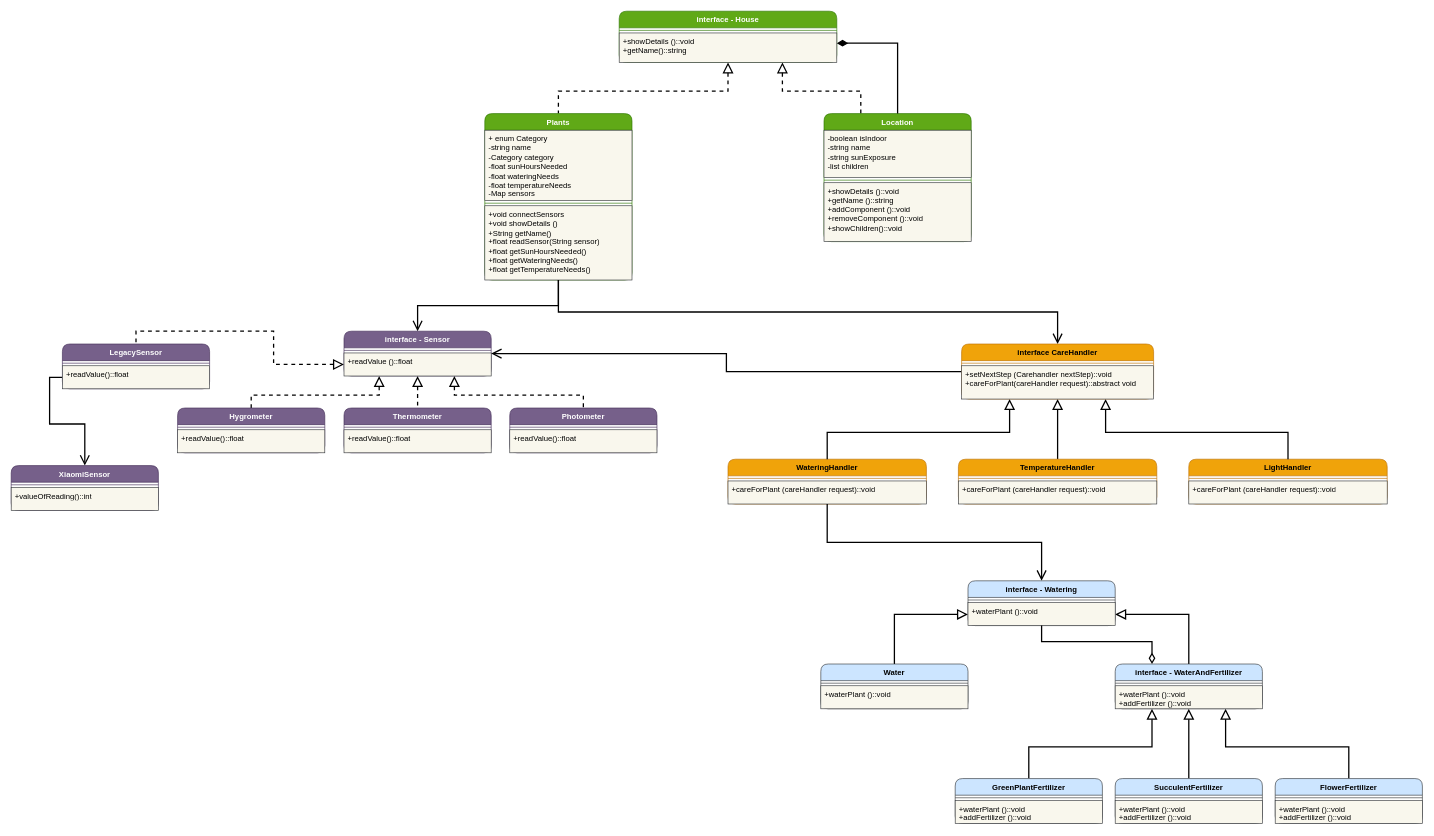
Earlier version of the draw.io diagram smart_plant_app.drawio (Federico-Alessi/smartplantapp). Source tidied: cells renumbered, new cells numbered last; positions are measured from the earlier drawing's top-left corner, leaving out a move shared by most shapes. Both pictures are drawn from the tidied source at 64%, with x=0, y=0 at pixel (11, 11).
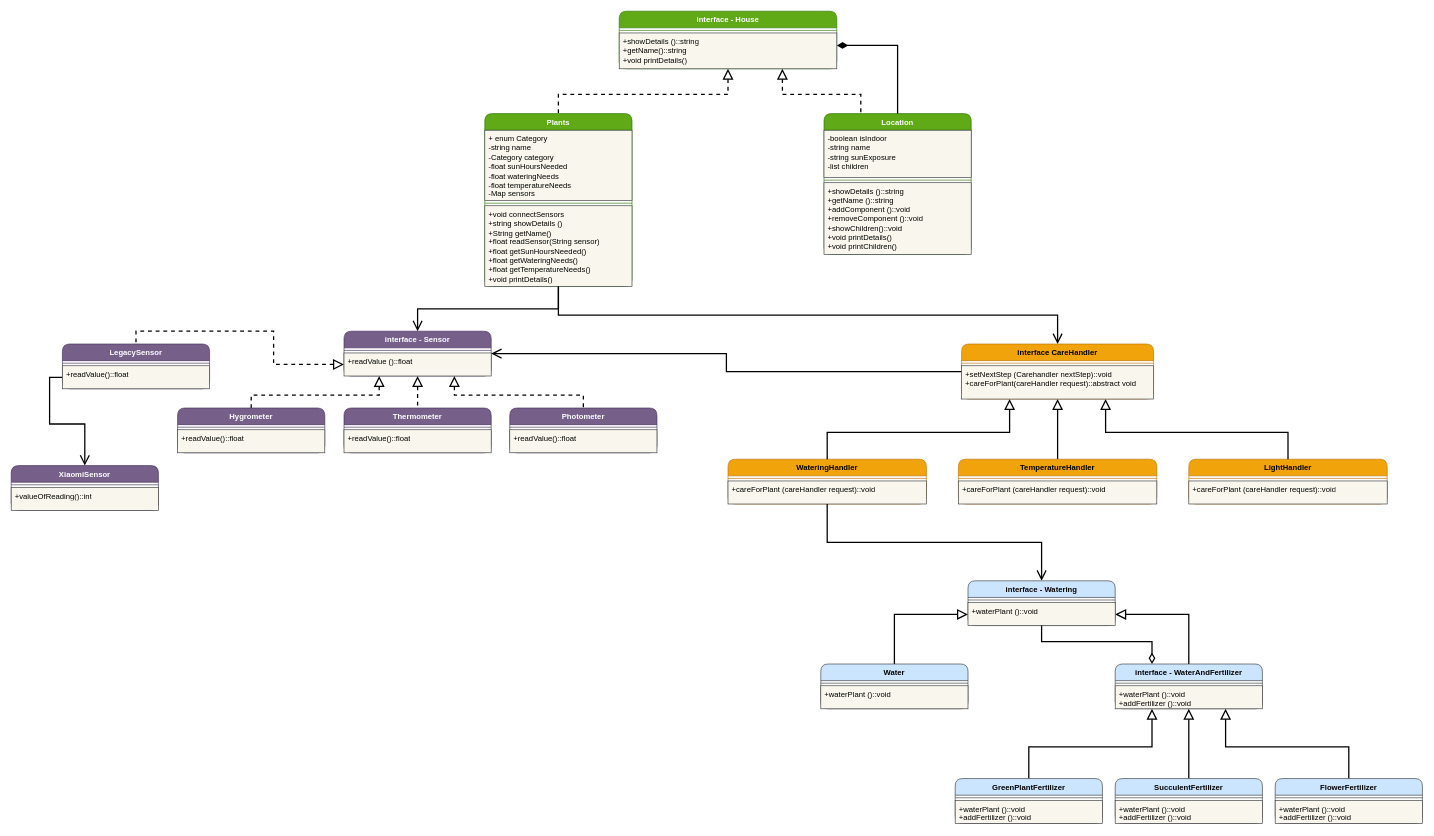
After the change.

The edit, as a diff of the source:
```diff
@@
     <mxCell id="9" value="Plants" style="swimlane;fontStyle=1;align=center;verticalAlign=top;horizontal=1;startSize=26;whiteSpace=wrap;html=1;fillColor=#60a917;fontColor=#ffffff;strokeColor=#2D7600;rounded=1;shadow=0;glass=0;" parent="1" vertex="1">
-      <mxGeometry x="740" y="160" width="230" height="260" as="geometry" />
+      <mxGeometry x="740" y="160" width="230" height="270" as="geometry" />
     </mxCell>
@@
-    <mxCell id="12" value="&lt;div&gt;+void connectSensors&lt;/div&gt;&lt;div&gt;+void showDetails ()&lt;/div&gt;&lt;div&gt;+String getName()&lt;/div&gt;+float readSensor(String sensor)&lt;div&gt;+float getSunHoursNeeded()&lt;/div&gt;&lt;div&gt;+float getWateringNeeds()&lt;/div&gt;&lt;div&gt;+float getTemperatureNeeds()&lt;/div&gt;" style="text;align=left;verticalAlign=top;spacingLeft=4;spacingRight=4;overflow=hidden;whiteSpace=wrap;html=1;fillColor=#f9f7ed;strokeColor=#36393d;" parent="9" vertex="1">
-      <mxGeometry y="144" width="230" height="116" as="geometry" />
+    <mxCell id="12" value="&lt;div&gt;+void connectSensors&lt;/div&gt;&lt;div&gt;+string showDetails ()&lt;/div&gt;&lt;div&gt;+String getName()&lt;/div&gt;+float readSensor(String sensor)&lt;div&gt;+float getSunHoursNeeded()&lt;/div&gt;&lt;div&gt;+float getWateringNeeds()&lt;/div&gt;&lt;div&gt;+float getTemperatureNeeds()&lt;/div&gt;&lt;div&gt;+void printDetails()&lt;/div&gt;" style="text;align=left;verticalAlign=top;spacingLeft=4;spacingRight=4;overflow=hidden;whiteSpace=wrap;html=1;fillColor=#f9f7ed;strokeColor=#36393d;" parent="9" vertex="1">
+      <mxGeometry y="144" width="230" height="126" as="geometry" />
     </mxCell>
@@
     <mxCell id="14" value="interface - House" style="swimlane;fontStyle=1;align=center;verticalAlign=top;horizontal=1;startSize=26;whiteSpace=wrap;html=1;fillColor=#60a917;fontColor=#ffffff;strokeColor=#2D7600;rounded=1;shadow=0;glass=0;" parent="1" vertex="1">
-      <mxGeometry x="950" width="340" height="80" as="geometry" />
+      <mxGeometry x="950" width="340" height="90" as="geometry" />
     </mxCell>
@@
-    <mxCell id="16" value="&lt;div&gt;+showDetails ()::void&lt;/div&gt;&lt;div&gt;+getName()::string&lt;/div&gt;" style="text;align=left;verticalAlign=top;spacingLeft=4;spacingRight=4;overflow=hidden;points=[[0,0.5],[1,0.5]];portConstraint=eastwest;whiteSpace=wrap;html=1;fillColor=#f9f7ed;strokeColor=#36393d;" parent="14" vertex="1">
-      <mxGeometry y="34" width="340" height="46" as="geometry" />
+    <mxCell id="16" value="&lt;div&gt;+showDetails ()::string&lt;/div&gt;&lt;div&gt;+getName()::string&lt;/div&gt;&lt;div&gt;+void printDetails()&lt;/div&gt;" style="text;align=left;verticalAlign=top;spacingLeft=4;spacingRight=4;overflow=hidden;points=[[0,0.5],[1,0.5]];portConstraint=eastwest;whiteSpace=wrap;html=1;fillColor=#f9f7ed;strokeColor=#36393d;" parent="14" vertex="1">
+      <mxGeometry y="34" width="340" height="56" as="geometry" />
     </mxCell>
     <mxCell id="17" value="Location" style="swimlane;fontStyle=1;align=center;verticalAlign=top;horizontal=1;startSize=26;whiteSpace=wrap;html=1;fillColor=#60a917;fontColor=#ffffff;strokeColor=#2D7600;rounded=1;" parent="1" vertex="1">
-      <mxGeometry x="1270" y="160" width="230" height="200" as="geometry" />
+      <mxGeometry x="1270" y="160" width="230" height="220" as="geometry" />
     </mxCell>
@@
-    <mxCell id="20" value="&lt;div&gt;+showDetails ()::void&lt;/div&gt;&lt;div&gt;+getName ()::string&lt;/div&gt;&lt;div&gt;+addComponent ()::void&lt;/div&gt;&lt;div&gt;+removeComponent ()::void&lt;/div&gt;&lt;div&gt;+showChildren()::void&lt;/div&gt;" style="text;align=left;verticalAlign=top;spacingLeft=4;spacingRight=4;overflow=hidden;whiteSpace=wrap;html=1;fillColor=#f9f7ed;strokeColor=#36393d;rounded=0;" parent="17" vertex="1">
-      <mxGeometry y="108" width="230" height="92" as="geometry" />
+    <mxCell id="20" value="&lt;div&gt;+showDetails ()::string&lt;/div&gt;&lt;div&gt;+getName ()::string&lt;/div&gt;&lt;div&gt;+addComponent ()::void&lt;/div&gt;&lt;div&gt;+removeComponent ()::void&lt;/div&gt;&lt;div&gt;+showChildren()::void&lt;/div&gt;&lt;div&gt;+void printDetails()&lt;/div&gt;&lt;div&gt;+void printChildren()&lt;/div&gt;" style="text;align=left;verticalAlign=top;spacingLeft=4;spacingRight=4;overflow=hidden;whiteSpace=wrap;html=1;fillColor=#f9f7ed;strokeColor=#36393d;rounded=0;" parent="17" vertex="1">
+      <mxGeometry y="108" width="230" height="112" as="geometry" />
     </mxCell>
```
